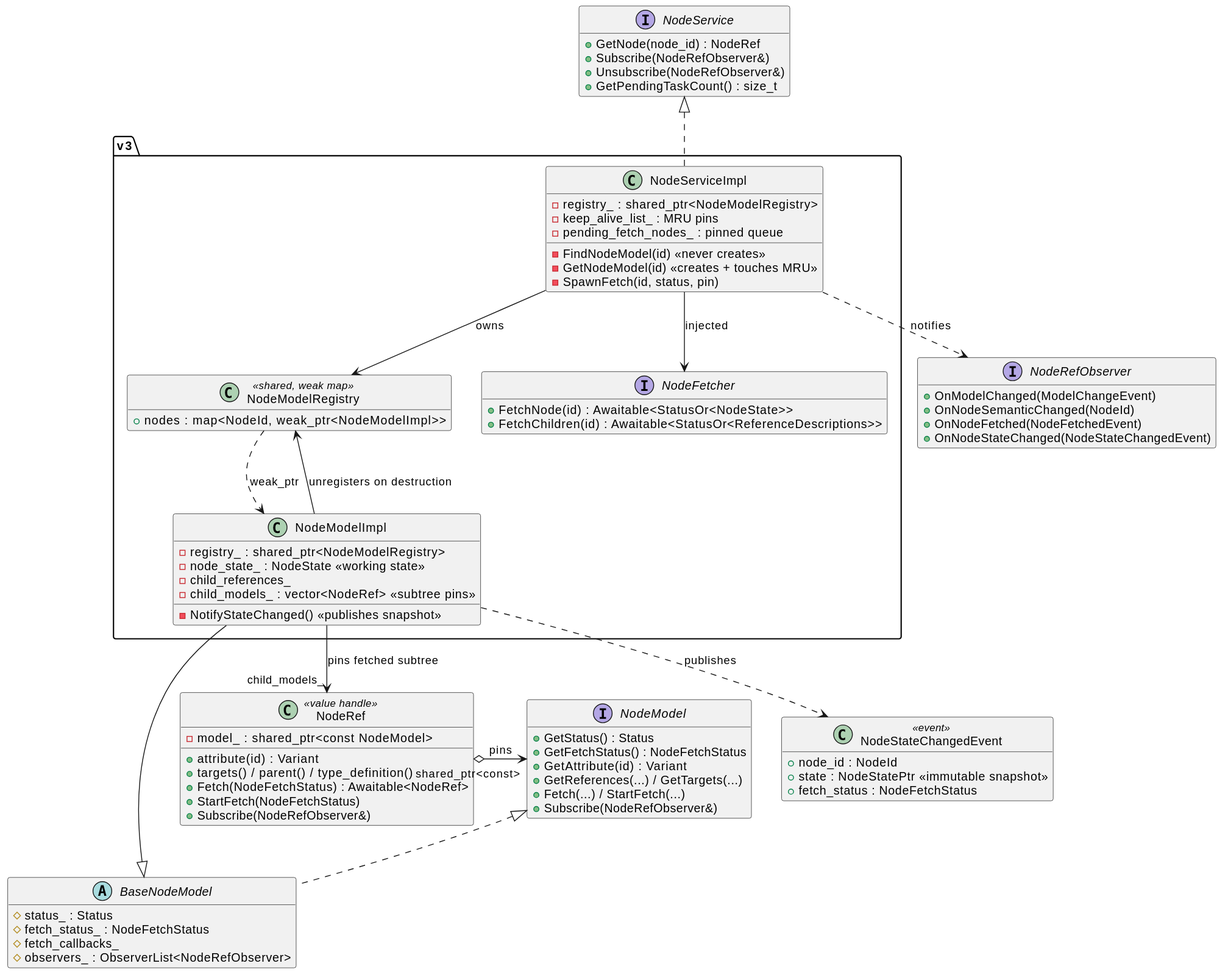
This is docs/diagrams/node_service_classes.svg from alexsmn/scada-common, a PlantUML export, as it was before one commit. The source it was exported from:
```plantuml
@startuml
skinparam backgroundColor #FFFFFF
skinparam shadowing false
hide empty members

interface NodeService {
  +GetNode(node_id) : NodeRef
  +Subscribe(NodeRefObserver&)
  +Unsubscribe(NodeRefObserver&)
  +GetPendingTaskCount() : size_t
}

class NodeRef <<value handle>> {
  -model_ : shared_ptr<const NodeModel>
  +attribute(id) : Variant
  +targets() / parent() / type_definition()
  +Fetch(NodeFetchStatus) : Awaitable<NodeRef>
  +StartFetch(NodeFetchStatus)
  +Subscribe(NodeRefObserver&)
}

interface NodeModel {
  +GetStatus() : Status
  +GetFetchStatus() : NodeFetchStatus
  +GetAttribute(id) : Variant
  +GetReferences(...) / GetTargets(...)
  +Fetch(...) / StartFetch(...)
  +Subscribe(NodeRefObserver&)
}

abstract class BaseNodeModel {
  #status_ : Status
  #fetch_status_ : NodeFetchStatus
  #fetch_callbacks_
  #observers_ : ObserverList<NodeRefObserver>
}

interface NodeRefObserver {
  +OnModelChanged(ModelChangeEvent)
  +OnNodeSemanticChanged(NodeId)
  +OnNodeFetched(NodeFetchedEvent)
  +OnNodeStateChanged(NodeStateChangedEvent)
}

class NodeStateChangedEvent <<event>> {
  +node_id : NodeId
  +state : NodeStatePtr <<immutable snapshot>>
  +fetch_status : NodeFetchStatus
}

package "v3" {
  class NodeServiceImpl {
    -registry_ : shared_ptr<NodeModelRegistry>
    -keep_alive_list_ : MRU pins
    -pending_fetch_nodes_ : pinned queue
    -FindNodeModel(id) <<never creates>>
    -GetNodeModel(id) <<creates + touches MRU>>
    -SpawnFetch(id, status, pin)
  }

  class NodeModelImpl {
    -registry_ : shared_ptr<NodeModelRegistry>
    -node_state_ : NodeState <<working state>>
    -child_references_
    -child_models_ : vector<NodeRef> <<subtree pins>>
    -NotifyStateChanged() <<publishes snapshot>>
  }

  class NodeModelRegistry <<shared, weak map>> {
    +nodes : map<NodeId, weak_ptr<NodeModelImpl>>
  }

  interface NodeFetcher {
    +FetchNode(id) : Awaitable<StatusOr<NodeState>>
    +FetchChildren(id) : Awaitable<StatusOr<ReferenceDescriptions>>
  }
}

NodeService <|.. NodeServiceImpl
NodeModel <|.. BaseNodeModel
BaseNodeModel <|-- NodeModelImpl
NodeRef o-> "shared_ptr<const>" NodeModel : pins
NodeServiceImpl --> NodeModelRegistry : owns
NodeModelImpl --> NodeModelRegistry : unregisters on destruction
NodeModelRegistry ..> NodeModelImpl : weak_ptr
NodeServiceImpl --> NodeFetcher : injected
NodeServiceImpl ..> NodeRefObserver : notifies
NodeModelImpl ..> NodeStateChangedEvent : publishes
NodeModelImpl --> "child_models_" NodeRef : pins fetched subtree
@enduml
```
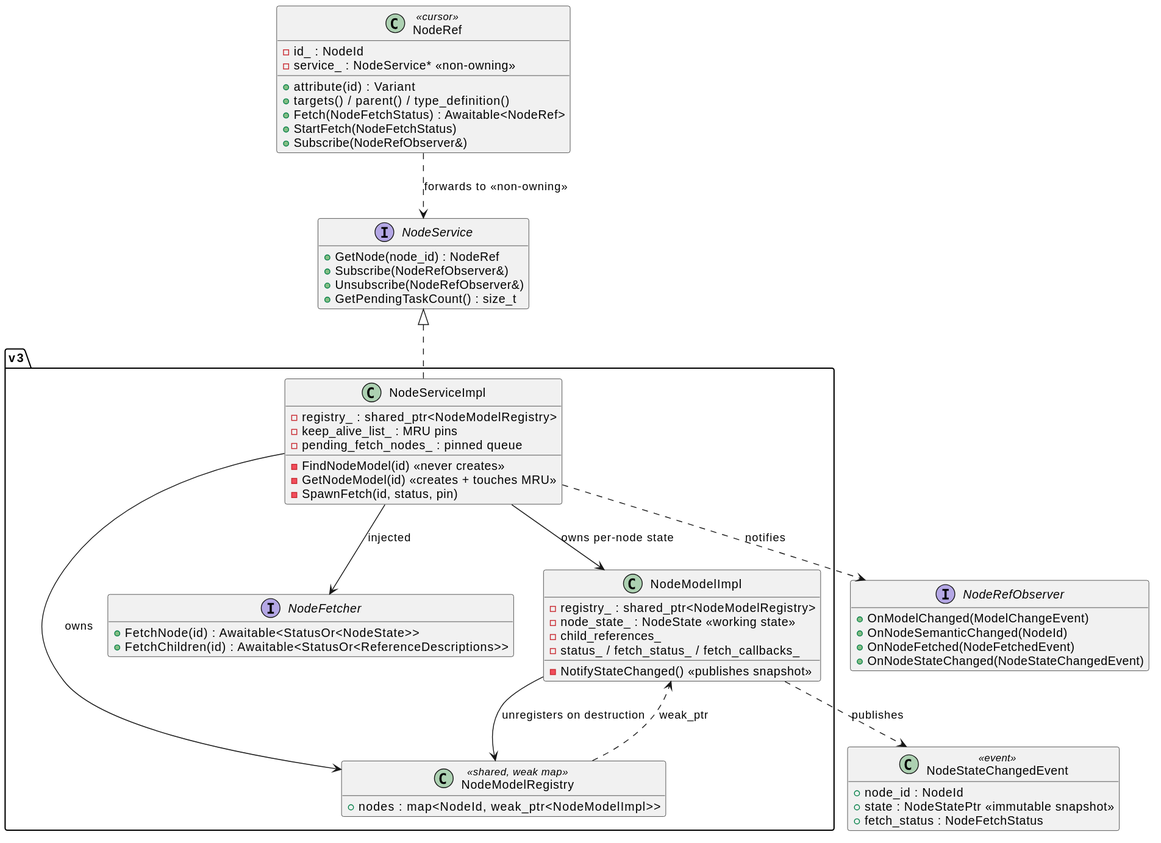
Above is the later version.

Change to the diagram source:
```diff
@@ -10,29 +10,14 @@
   +GetPendingTaskCount() : size_t
 }
 
-class NodeRef <<value handle>> {
-  -model_ : shared_ptr<const NodeModel>
+class NodeRef <<cursor>> {
+  -id_ : NodeId
+  -service_ : NodeService* <<non-owning>>
   +attribute(id) : Variant
   +targets() / parent() / type_definition()
   +Fetch(NodeFetchStatus) : Awaitable<NodeRef>
   +StartFetch(NodeFetchStatus)
   +Subscribe(NodeRefObserver&)
-}
-
-interface NodeModel {
-  +GetStatus() : Status
-  +GetFetchStatus() : NodeFetchStatus
-  +GetAttribute(id) : Variant
-  +GetReferences(...) / GetTargets(...)
-  +Fetch(...) / StartFetch(...)
-  +Subscribe(NodeRefObserver&)
-}
-
-abstract class BaseNodeModel {
-  #status_ : Status
-  #fetch_status_ : NodeFetchStatus
-  #fetch_callbacks_
-  #observers_ : ObserverList<NodeRefObserver>
 }
 
 interface NodeRefObserver {
@@ -62,7 +47,7 @@
     -registry_ : shared_ptr<NodeModelRegistry>
     -node_state_ : NodeState <<working state>>
     -child_references_
-    -child_models_ : vector<NodeRef> <<subtree pins>>
+    -status_ / fetch_status_ / fetch_callbacks_
     -NotifyStateChanged() <<publishes snapshot>>
   }
 
@@ -77,14 +62,12 @@
 }
 
 NodeService <|.. NodeServiceImpl
-NodeModel <|.. BaseNodeModel
-BaseNodeModel <|-- NodeModelImpl
-NodeRef o-> "shared_ptr<const>" NodeModel : pins
+NodeRef ..> NodeService : forwards to <<non-owning>>
+NodeServiceImpl --> NodeModelImpl : owns per-node state
 NodeServiceImpl --> NodeModelRegistry : owns
 NodeModelImpl --> NodeModelRegistry : unregisters on destruction
 NodeModelRegistry ..> NodeModelImpl : weak_ptr
 NodeServiceImpl --> NodeFetcher : injected
 NodeServiceImpl ..> NodeRefObserver : notifies
 NodeModelImpl ..> NodeStateChangedEvent : publishes
-NodeModelImpl --> "child_models_" NodeRef : pins fetched subtree
 @enduml
```
